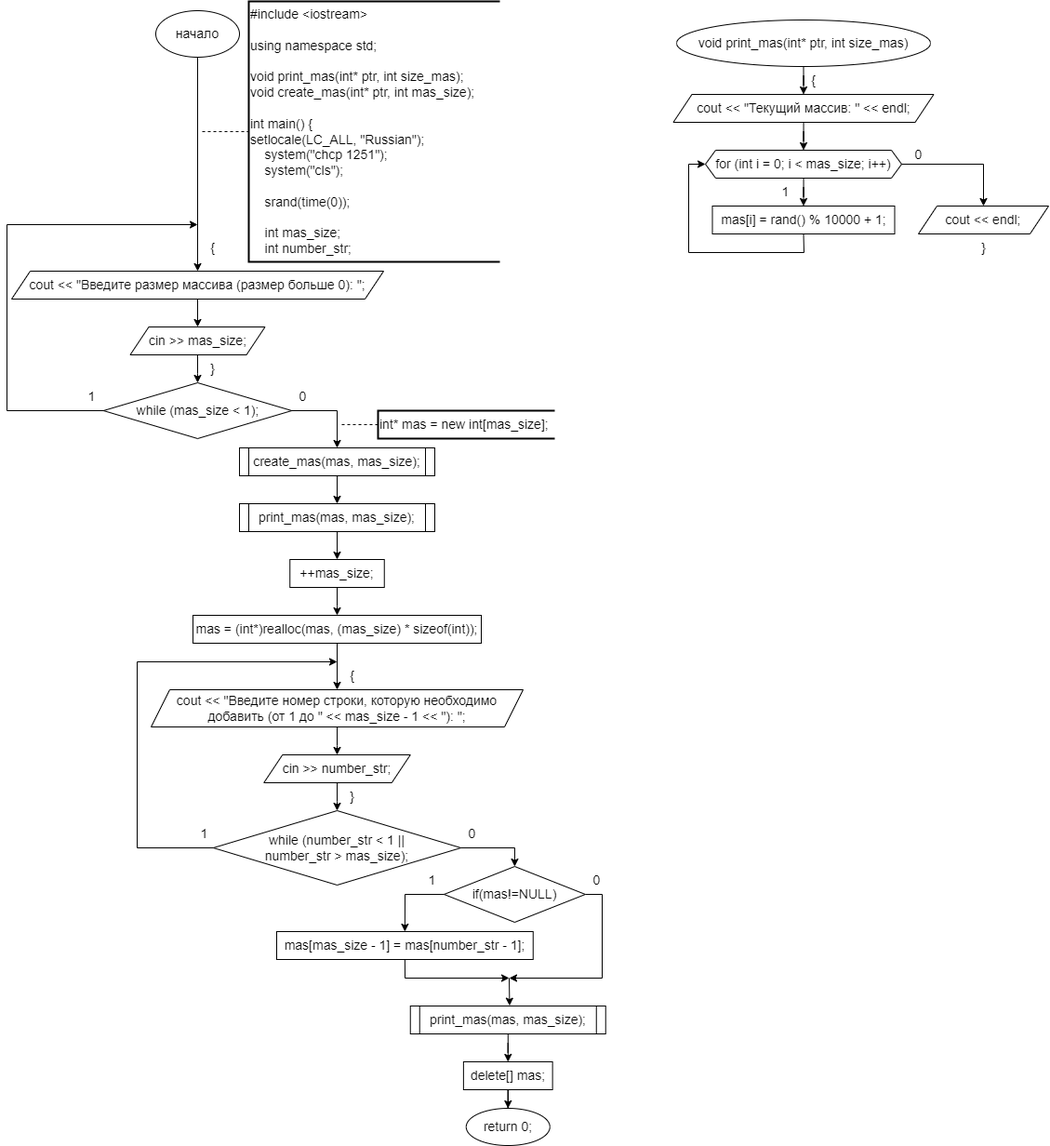
Before: lab work 10.drawio.png, a diagram exported from draw.io (SonyAkb/laboratory-work-10). Source tidied: cells renumbered, new cells last; positions are measured from the earlier drawing's top-left corner, leaving out a move shared by most shapes.
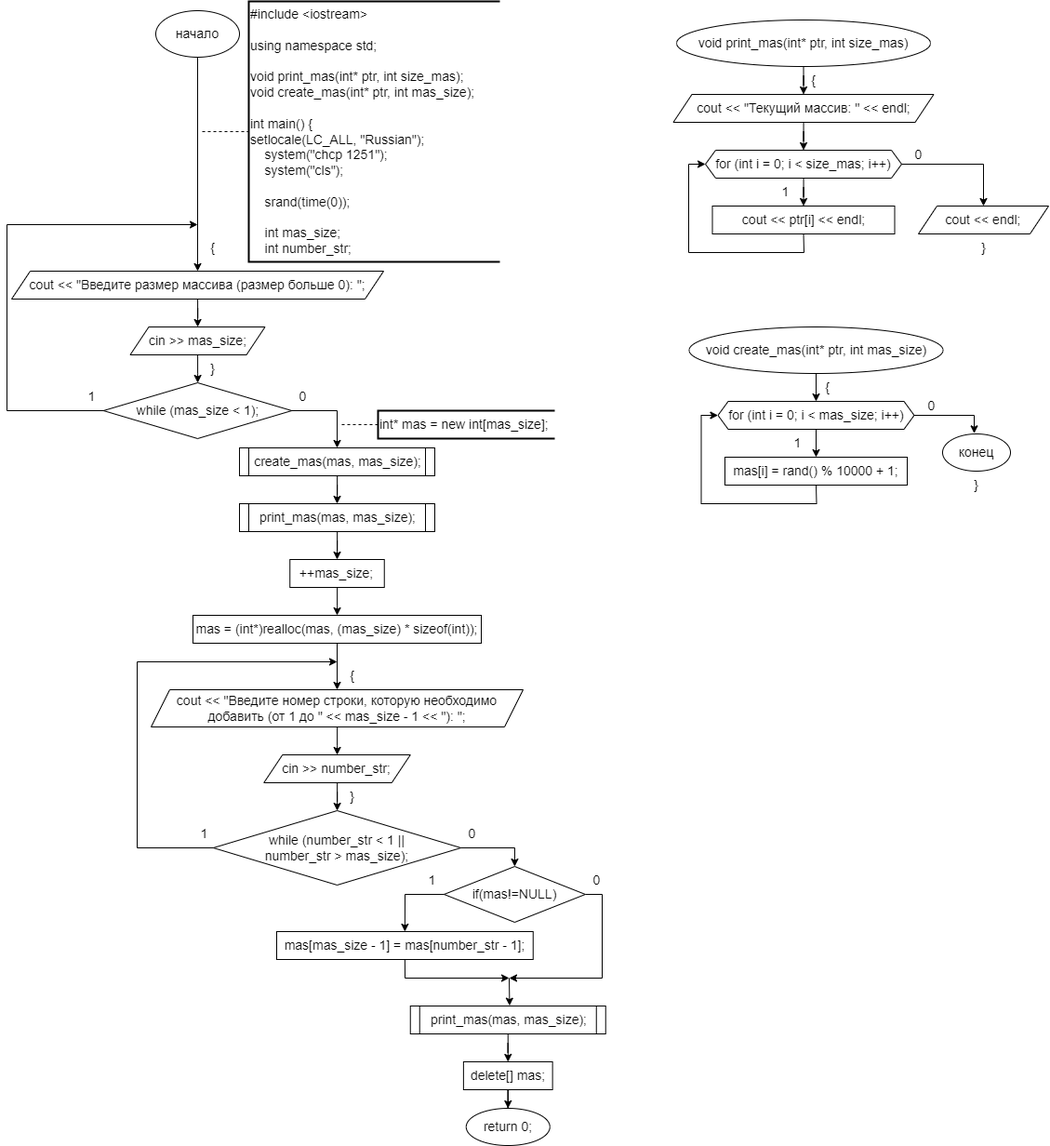
Later version of the same file.

What changed in the source:
```diff
@@ -55,10 +55,10 @@
     <mxCell id="16" style="edgeStyle=orthogonalEdgeStyle;rounded=0;jettySize=auto;html=1;entryX=0.5;entryY=0;entryDx=0;entryDy=0;" parent="1" edge="1" source="17" target="18">
       <mxGeometry relative="1" as="geometry" />
     </mxCell>
-    <mxCell id="17" value="for (int i = 0; i &amp;lt; mas_size; i++)" style="shape=hexagon;perimeter=hexagonPerimeter2;whiteSpace=wrap;html=1;fixedSize=1;fontSize=14;size=11;" parent="1" vertex="1">
+    <mxCell id="17" value="for (int i = 0; i &amp;lt; size_mas; i++)" style="shape=hexagon;perimeter=hexagonPerimeter2;whiteSpace=wrap;html=1;fixedSize=1;fontSize=14;size=11;" parent="1" vertex="1">
       <mxGeometry x="751" y="160" width="211" height="30" as="geometry" />
     </mxCell>
-    <mxCell id="18" value="&lt;font style=&quot;font-size: 14px;&quot;&gt;mas[i] = rand() % 10000 + 1;&lt;/font&gt;" style="rounded=0;whiteSpace=wrap;html=1;fontSize=14;" parent="1" vertex="1">
+    <mxCell id="18" value="&lt;font style=&quot;font-size: 14px;&quot;&gt;cout &amp;lt;&amp;lt; ptr[i] &amp;lt;&amp;lt; endl;&lt;/font&gt;" style="rounded=0;whiteSpace=wrap;html=1;fontSize=14;" parent="1" vertex="1">
       <mxGeometry x="758.5" y="220" width="196" height="30" as="geometry" />
     </mxCell>
     <mxCell id="19" value="&lt;font style=&quot;font-size: 14px;&quot;&gt;1&lt;/font&gt;" style="text;html=1;align=center;verticalAlign=middle;whiteSpace=wrap;rounded=0;fontSize=14;" parent="1" vertex="1">
@@ -242,5 +242,51 @@
     <mxCell id="64" value="&lt;font style=&quot;font-size: 14px;&quot;&gt;{&lt;/font&gt;" style="text;html=1;align=center;verticalAlign=middle;whiteSpace=wrap;rounded=0;fontSize=14;" parent="1" vertex="1">
       <mxGeometry x="855" y="70" width="25" height="30" as="geometry" />
     </mxCell>
+    <mxCell id="65" style="edgeStyle=orthogonalEdgeStyle;rounded=0;jettySize=auto;html=1;entryX=0.5;entryY=0;entryDx=0;entryDy=0;" parent="1" edge="1" source="66" target="67">
+      <mxGeometry relative="1" as="geometry" />
+    </mxCell>
+    <mxCell id="66" value="for (int i = 0; i &amp;lt; mas_size; i++)" style="shape=hexagon;perimeter=hexagonPerimeter2;whiteSpace=wrap;html=1;fixedSize=1;fontSize=14;size=11;" parent="1" vertex="1">
+      <mxGeometry x="764.5" y="430" width="211" height="30" as="geometry" />
+    </mxCell>
+    <mxCell id="67" value="&lt;font style=&quot;font-size: 14px;&quot;&gt;mas[i] = rand() % 10000 + 1;&lt;/font&gt;" style="rounded=0;whiteSpace=wrap;html=1;fontSize=14;" parent="1" vertex="1">
+      <mxGeometry x="772" y="490" width="196" height="30" as="geometry" />
+    </mxCell>
+    <mxCell id="68" value="&lt;font style=&quot;font-size: 14px;&quot;&gt;1&lt;/font&gt;" style="text;html=1;align=center;verticalAlign=middle;whiteSpace=wrap;rounded=0;fontSize=14;" parent="1" vertex="1">
+      <mxGeometry x="838" y="460" width="25" height="30" as="geometry" />
+    </mxCell>
+    <mxCell id="69" style="endArrow=classic;html=1;rounded=0;exitX=0.5;exitY=1;exitDx=0;exitDy=0;entryX=0;entryY=0.5;entryDx=0;entryDy=0;" parent="1" edge="1" source="67" target="66">
+      <mxGeometry relative="1" as="geometry">
+        <Array as="points">
+          <mxPoint x="870.5" y="540" />
+          <mxPoint x="746.5" y="540" />
+          <mxPoint x="746.5" y="445" />
+        </Array>
+      </mxGeometry>
+    </mxCell>
+    <mxCell id="70" value="&lt;font style=&quot;font-size: 14px;&quot;&gt;0&lt;/font&gt;" style="text;html=1;align=center;verticalAlign=middle;whiteSpace=wrap;rounded=0;fontSize=14;" parent="1" vertex="1">
+      <mxGeometry x="981.5" y="420" width="25" height="30" as="geometry" />
+    </mxCell>
+    <mxCell id="71" value="void create_mas(int* ptr, int mas_size)" style="ellipse;whiteSpace=wrap;html=1;fontSize=14;" parent="1" vertex="1">
+      <mxGeometry x="733.5" y="350" width="273" height="50" as="geometry" />
+    </mxCell>
+    <mxCell id="72" style="edgeStyle=orthogonalEdgeStyle;rounded=0;jettySize=auto;html=1;entryX=0.5;entryY=0;entryDx=0;entryDy=0;exitX=0.5;exitY=1;exitDx=0;exitDy=0;" parent="1" edge="1" source="71" target="66">
+      <mxGeometry relative="1" as="geometry" />
+    </mxCell>
+    <mxCell id="73" style="endArrow=classic;html=1;rounded=0;exitX=1;exitY=0.5;exitDx=0;exitDy=0;entryX=0.466;entryY=-0.016;entryDx=0;entryDy=0;entryPerimeter=0;" parent="1" edge="1" source="66" target="76">
+      <mxGeometry relative="1" as="geometry">
+        <Array as="points">
+          <mxPoint x="1040" y="445" />
+        </Array>
+      </mxGeometry>
+    </mxCell>
+    <mxCell id="74" value="&lt;font style=&quot;font-size: 14px;&quot;&gt;}&lt;/font&gt;" style="text;html=1;align=center;verticalAlign=middle;whiteSpace=wrap;rounded=0;fontSize=14;" parent="1" vertex="1">
+      <mxGeometry x="1030" y="505" width="25" height="30" as="geometry" />
+    </mxCell>
+    <mxCell id="75" value="&lt;font style=&quot;font-size: 14px;&quot;&gt;{&lt;/font&gt;" style="text;html=1;align=center;verticalAlign=middle;whiteSpace=wrap;rounded=0;fontSize=14;" parent="1" vertex="1">
+      <mxGeometry x="870" y="400" width="25" height="30" as="geometry" />
+    </mxCell>
+    <mxCell id="76" value="конец" style="ellipse;whiteSpace=wrap;html=1;fontSize=14;" parent="1" vertex="1">
+      <mxGeometry x="1006" y="465" width="73" height="40" as="geometry" />
+    </mxCell>
   </root>
 </mxGraphModel>
```
